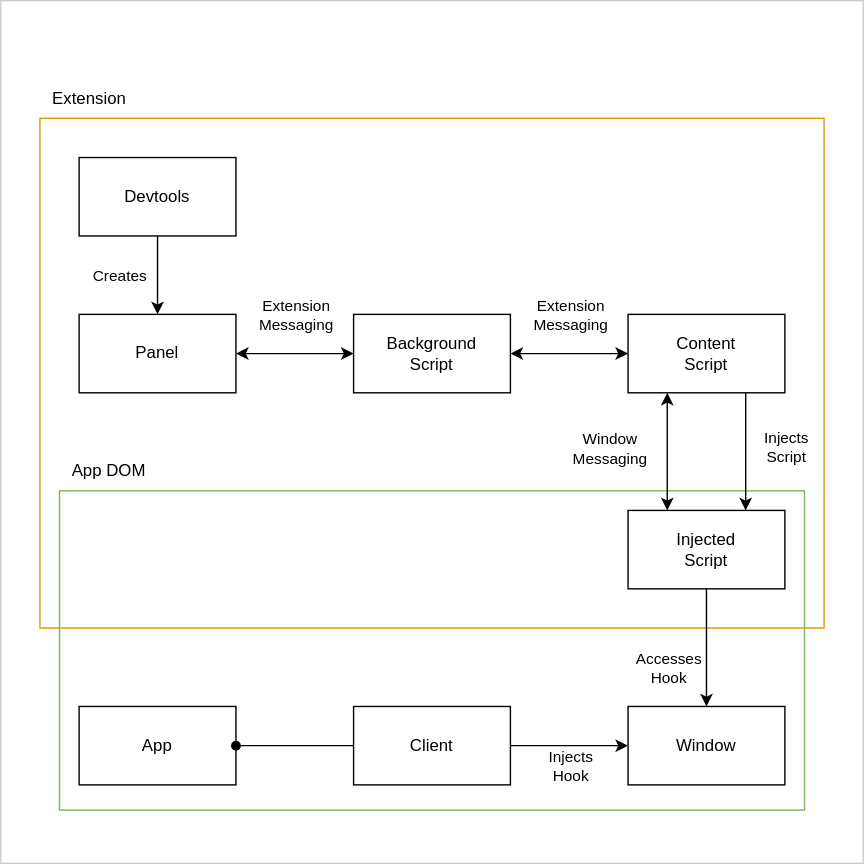
Earlier version of the draw.io export docs/design/diagrams/devtools.drawio.svg (dxos/dxos). Source tidied: cells renumbered, new cells last; positions are measured from the earlier drawing's top-left corner, leaving out a move shared by most shapes.
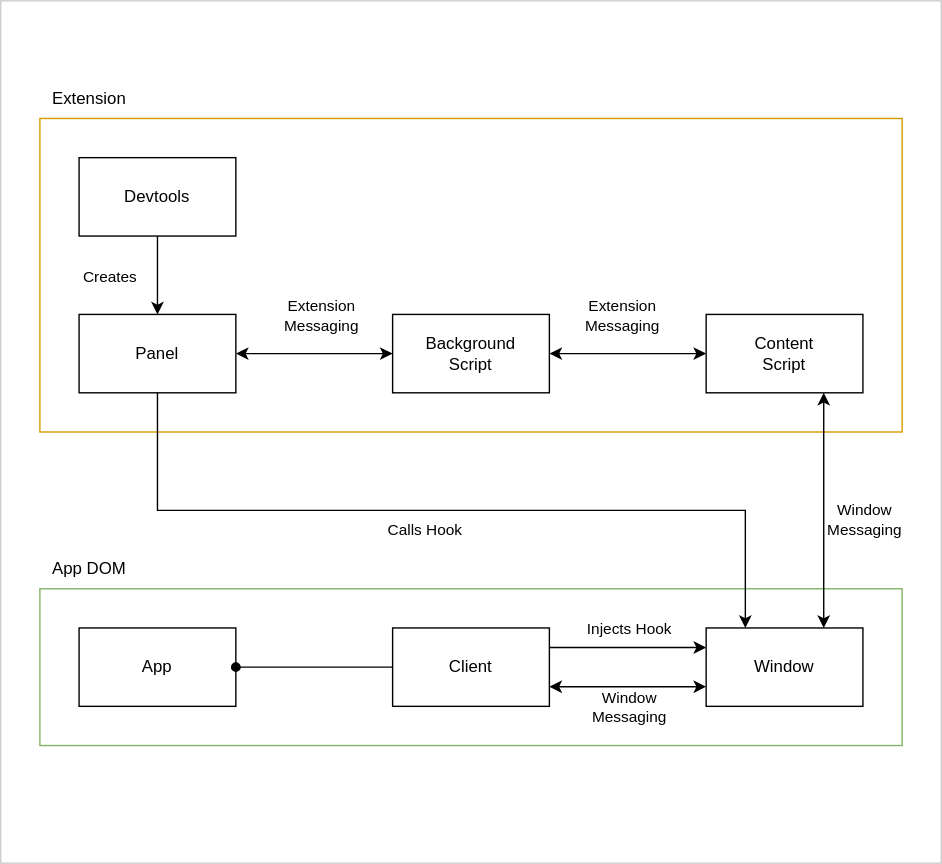
After the commit.

Commit message:
docs(devtools-extension): Update diagram

Diff of the diagram source:
```diff
@@ -3,13 +3,13 @@
     <mxCell id="0" />
     <mxCell id="1" parent="0" />
     <mxCell id="2" style="rounded=0;whiteSpace=wrap;html=1;fillColor=none;strokeColor=#CCCCCC;" parent="1" vertex="1">
-      <mxGeometry width="616" height="616" as="geometry" />
+      <mxGeometry width="672" height="616" as="geometry" />
     </mxCell>
     <mxCell id="3" style="rounded=0;whiteSpace=wrap;html=1;fillColor=none;strokeColor=#d79b00;" parent="1" vertex="1">
-      <mxGeometry x="28" y="84" width="560" height="364" as="geometry" />
+      <mxGeometry x="28" y="84" width="616" height="224" as="geometry" />
     </mxCell>
     <mxCell id="4" style="rounded=0;whiteSpace=wrap;html=1;fillColor=none;strokeColor=#82b366;" parent="1" vertex="1">
-      <mxGeometry x="42" y="350" width="532" height="228" as="geometry" />
+      <mxGeometry x="28" y="420" width="616" height="112" as="geometry" />
     </mxCell>
     <mxCell id="5" style="edgeStyle=orthogonalEdgeStyle;rounded=0;html=1;startArrow=classic;startFill=1;endArrow=classic;endFill=1;" parent="1" edge="1" source="7" target="21">
       <mxGeometry relative="1" as="geometry" />
@@ -20,18 +20,8 @@
       </mxGeometry>
     </mxCell>
     <mxCell id="7" value="Background&lt;br&gt;Script" style="rounded=0;whiteSpace=wrap;html=1;" parent="1" vertex="1">
-      <mxGeometry x="252" y="224" width="112" height="56" as="geometry" />
+      <mxGeometry x="280" y="224" width="112" height="56" as="geometry" />
     </mxCell>
-    <mxCell id="8" style="edgeStyle=orthogonalEdgeStyle;html=1;startArrow=none;startFill=0;endArrow=classic;endFill=1;rounded=0;entryX=0.75;entryY=0;entryDx=0;entryDy=0;" parent="1" edge="1" target="17">
-      <mxGeometry relative="1" as="geometry">
-        <mxPoint x="532" y="280" as="sourcePoint" />
-      </mxGeometry>
-    </mxCell>
-    <mxCell id="9" value="Injects&lt;br&gt;Script" style="edgeLabel;html=1;align=center;verticalAlign=middle;" parent="8" vertex="1">
-      <mxGeometry x="-0.33" y="1" relative="1" as="geometry">
-        <mxPoint x="27" y="10" as="offset" />
-      </mxGeometry>
-    </mxCell>
     <mxCell id="10" style="edgeStyle=orthogonalEdgeStyle;rounded=0;html=1;startArrow=classic;startFill=1;endArrow=classic;endFill=1;" parent="1" edge="1" source="12" target="7">
       <mxGeometry relative="1" as="geometry" />
     </mxCell>
@@ -41,33 +31,35 @@
       </mxGeometry>
     </mxCell>
     <mxCell id="12" value="Content&lt;br&gt;Script" style="rounded=0;whiteSpace=wrap;html=1;" parent="1" vertex="1">
-      <mxGeometry x="448" y="224" width="112" height="56" as="geometry" />
+      <mxGeometry x="504" y="224" width="112" height="56" as="geometry" />
     </mxCell>
-    <mxCell id="13" style="edgeStyle=orthogonalEdgeStyle;html=1;startArrow=none;startFill=0;endArrow=classic;endFill=1;rounded=0;" parent="1" edge="1" source="17" target="27">
-      <mxGeometry relative="1" as="geometry" />
+    <mxCell id="13" style="edgeStyle=orthogonalEdgeStyle;html=1;startArrow=none;startFill=0;endArrow=classic;endFill=1;rounded=0;exitX=0.5;exitY=1;exitDx=0;exitDy=0;entryX=0.25;entryY=0;entryDx=0;entryDy=0;" parent="1" edge="1" source="21" target="27">
+      <mxGeometry relative="1" as="geometry">
+        <Array as="points">
+          <mxPoint x="112" y="364" />
+          <mxPoint x="532" y="364" />
+        </Array>
+      </mxGeometry>
     </mxCell>
-    <mxCell id="14" value="Accesses&lt;br&gt;Hook" style="edgeLabel;html=1;align=center;verticalAlign=middle;" parent="13" vertex="1">
+    <mxCell id="14" value="Calls Hook" style="edgeLabel;html=1;align=center;verticalAlign=middle;" parent="13" vertex="1">
       <mxGeometry x="-0.2" y="-2" relative="1" as="geometry">
-        <mxPoint x="-26" y="22" as="offset" />
+        <mxPoint x="38" y="11" as="offset" />
       </mxGeometry>
     </mxCell>
-    <mxCell id="15" style="edgeStyle=orthogonalEdgeStyle;rounded=0;html=1;exitX=0.25;exitY=0;exitDx=0;exitDy=0;startArrow=classic;startFill=1;endArrow=classic;endFill=1;entryX=0.25;entryY=1;entryDx=0;entryDy=0;" parent="1" edge="1" source="17" target="12">
+    <mxCell id="15" style="edgeStyle=orthogonalEdgeStyle;rounded=0;html=1;startArrow=classic;startFill=1;endArrow=classic;endFill=1;entryX=0.75;entryY=1;entryDx=0;entryDy=0;exitX=0.75;exitY=0;exitDx=0;exitDy=0;" parent="1" edge="1" source="27" target="12">
       <mxGeometry relative="1" as="geometry" />
     </mxCell>
     <mxCell id="16" value="Window&lt;br&gt;Messaging" style="edgeLabel;html=1;align=center;verticalAlign=middle;" parent="15" vertex="1">
       <mxGeometry x="0.2" y="-3" relative="1" as="geometry">
-        <mxPoint x="-45" y="5" as="offset" />
+        <mxPoint x="25" y="22" as="offset" />
       </mxGeometry>
     </mxCell>
-    <mxCell id="17" value="Injected&lt;br&gt;Script" style="rounded=0;whiteSpace=wrap;html=1;" parent="1" vertex="1">
-      <mxGeometry x="448" y="364" width="112" height="56" as="geometry" />
-    </mxCell>
     <mxCell id="18" style="edgeStyle=orthogonalEdgeStyle;html=1;startArrow=none;startFill=0;endArrow=classic;endFill=1;rounded=0;" parent="1" edge="1" source="20" target="21">
       <mxGeometry relative="1" as="geometry" />
     </mxCell>
     <mxCell id="19" value="Creates" style="edgeLabel;html=1;align=center;verticalAlign=middle;" parent="18" vertex="1">
       <mxGeometry x="-0.25" y="-2" relative="1" as="geometry">
-        <mxPoint x="-26" y="7" as="offset" />
+        <mxPoint x="-33" y="7" as="offset" />
       </mxGeometry>
     </mxCell>
     <mxCell id="20" value="Devtools" style="rounded=0;whiteSpace=wrap;html=1;" parent="1" vertex="1">
@@ -77,30 +69,38 @@
       <mxGeometry x="56" y="224" width="112" height="56" as="geometry" />
     </mxCell>
     <mxCell id="22" value="App" style="rounded=0;whiteSpace=wrap;html=1;" parent="1" vertex="1">
-      <mxGeometry x="56" y="504" width="112" height="56" as="geometry" />
+      <mxGeometry x="56" y="448" width="112" height="56" as="geometry" />
     </mxCell>
-    <mxCell id="23" style="edgeStyle=orthogonalEdgeStyle;html=1;startArrow=none;startFill=0;endArrow=classic;endFill=1;rounded=0;" parent="1" edge="1" source="25" target="27">
-      <mxGeometry relative="1" as="geometry" />
-    </mxCell>
+    <mxCell id="30" style="edgeStyle=none;html=1;exitX=1;exitY=0.25;exitDx=0;exitDy=0;entryX=0;entryY=0.25;entryDx=0;entryDy=0;" parent="1" edge="1" source="25" target="27">
+      <mxGeometry relative="1" as="geometry" />
+    </mxCell>
-    <mxCell id="24" value="Injects&lt;br&gt;Hook" style="edgeLabel;html=1;align=center;verticalAlign=middle;" parent="23" vertex="1">
-      <mxGeometry x="-0.26" y="-2" relative="1" as="geometry">
-        <mxPoint x="11" y="12" as="offset" />
+    <mxCell id="24" value="Injects Hook" style="edgeLabel;html=1;align=center;verticalAlign=middle;" parent="30" vertex="1">
+      <mxGeometry x="-0.21" y="1" relative="1" as="geometry">
+        <mxPoint x="12" y="-13" as="offset" />
       </mxGeometry>
     </mxCell>
+    <mxCell id="31" style="edgeStyle=none;html=1;exitX=1;exitY=0.75;exitDx=0;exitDy=0;entryX=0;entryY=0.75;entryDx=0;entryDy=0;startArrow=classic;startFill=1;" parent="1" edge="1" source="25" target="27">
+      <mxGeometry relative="1" as="geometry" />
+    </mxCell>
+    <mxCell id="32" value="Window&lt;br&gt;Messaging" style="edgeLabel;html=1;align=center;verticalAlign=middle;" parent="31" vertex="1">
+      <mxGeometry x="-0.27" relative="1" as="geometry">
+        <mxPoint x="15" y="14" as="offset" />
+      </mxGeometry>
+    </mxCell>
     <mxCell id="25" value="Client" style="rounded=0;whiteSpace=wrap;html=1;" parent="1" vertex="1">
-      <mxGeometry x="252" y="504" width="112" height="56" as="geometry" />
+      <mxGeometry x="280" y="448" width="112" height="56" as="geometry" />
     </mxCell>
     <mxCell id="26" style="edgeStyle=orthogonalEdgeStyle;html=1;startArrow=oval;startFill=1;endArrow=none;endFill=0;rounded=0;" parent="1" edge="1" source="22" target="25">
       <mxGeometry relative="1" as="geometry" />
     </mxCell>
-    <mxCell id="27" value="Window" style="rounded=0;whiteSpace=wrap;html=1;" parent="1" vertex="1">
-      <mxGeometry x="448" y="504" width="112" height="56" as="geometry" />
-    </mxCell>
     <mxCell id="28" value="Extension" style="text;html=1;align=center;verticalAlign=middle;strokeColor=none;fillColor=none;" parent="1" vertex="1">
       <mxGeometry x="28" y="56" width="70" height="28" as="geometry" />
     </mxCell>
     <mxCell id="29" value="App DOM" style="text;html=1;align=center;verticalAlign=middle;strokeColor=none;fillColor=none;" parent="1" vertex="1">
-      <mxGeometry x="42" y="322" width="70" height="28" as="geometry" />
+      <mxGeometry x="28" y="392" width="70" height="28" as="geometry" />
     </mxCell>
+    <mxCell id="27" value="Window" style="rounded=0;whiteSpace=wrap;html=1;" parent="1" vertex="1">
+      <mxGeometry x="504" y="448" width="112" height="56" as="geometry" />
+    </mxCell>
   </root>
 </mxGraphModel>
```
